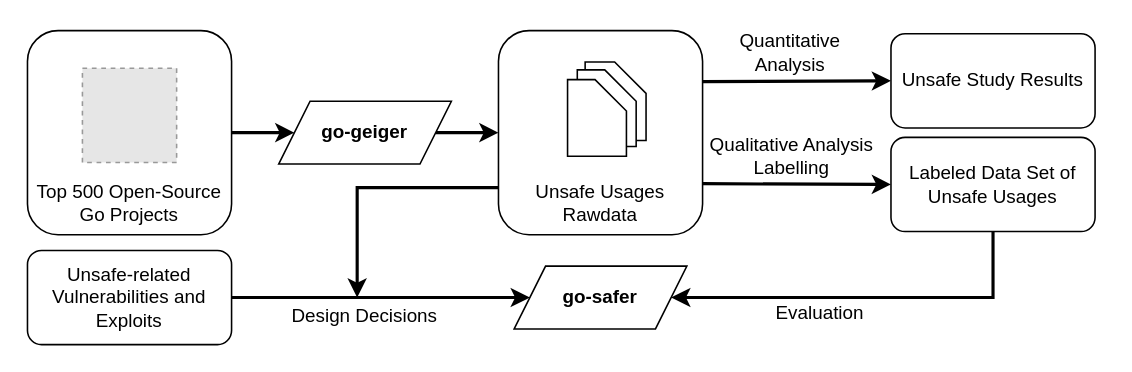
This is thesis/assets/figures/chapter1/outline1.drawio from jlauinger/master-of-science, a draw.io file, before an edit. Source tidied: cells renumbered, new cells numbered last; positions are measured from the earlier drawing's top-left corner, leaving out a move shared by most shapes. Both pictures are drawn from the tidied source at 157%, with x=0, y=0 at pixel (27, 30). Pictures stored in the file or linked from it are replaced by grey dashed boxes.
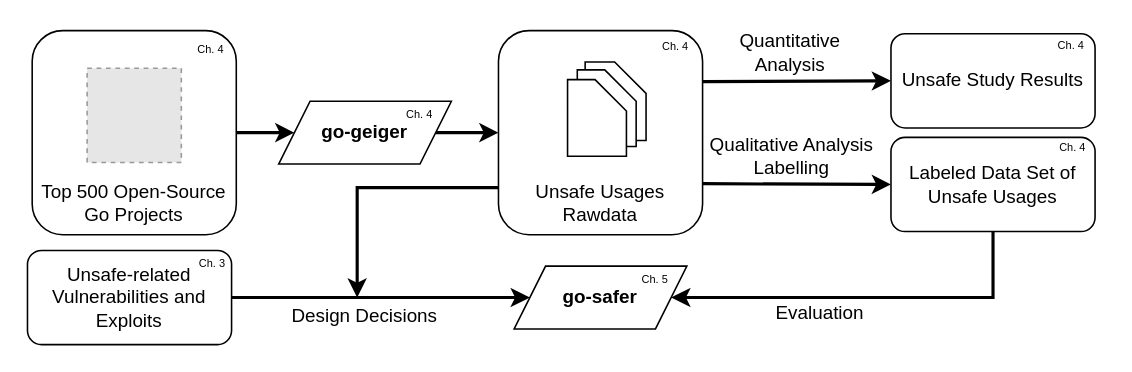
The same page after the edit.

Commit message (it also covers changes not shown here):
include chapter numbers in the outline figure for chapter 1

Unchanged cells that the change refers to:
```xml
<mxCell id="10" style="group;" parent="1" vertex="1">
  <mxGeometry x="300" width="130" height="130" as="geometry" />
</mxCell>
```

The edit, as a diff of the source:
```diff
@@
+    <mxCell id="29" value="&lt;font style=&quot;font-size: 7px&quot;&gt;Ch. 4&lt;/font&gt;" style="text;html=1;strokeColor=none;fillColor=none;align=center;verticalAlign=middle;whiteSpace=wrap;rounded=0;" parent="10" vertex="1">
+      <mxGeometry x="93" y="-1" width="40" height="20" as="geometry" />
+    </mxCell>
@@
     <mxCell id="24" style="group;" parent="1" vertex="1">
-      <mxGeometry width="130" height="130" as="geometry" />
+      <mxGeometry x="3" width="130" height="130" as="geometry" />
     </mxCell>
@@
+    <mxCell id="30" value="&lt;font style=&quot;font-size: 7px&quot;&gt;Ch. 4&lt;/font&gt;" style="text;html=1;strokeColor=none;fillColor=none;align=center;verticalAlign=middle;whiteSpace=wrap;rounded=0;" parent="24" vertex="1">
+      <mxGeometry x="94" y="1" width="40" height="20" as="geometry" />
+    </mxCell>
@@
+    <mxCell id="31" value="&lt;font style=&quot;font-size: 7px&quot;&gt;Ch. 4&lt;/font&gt;" style="text;html=1;strokeColor=none;fillColor=none;align=center;verticalAlign=middle;whiteSpace=wrap;rounded=0;" parent="1" vertex="1">
+      <mxGeometry x="230" y="42" width="40" height="20" as="geometry" />
+    </mxCell>
+    <mxCell id="32" value="&lt;font style=&quot;font-size: 7px&quot;&gt;Ch. 4&lt;/font&gt;" style="text;html=1;strokeColor=none;fillColor=none;align=center;verticalAlign=middle;whiteSpace=wrap;rounded=0;" parent="1" vertex="1">
+      <mxGeometry x="645" y="-2" width="40" height="20" as="geometry" />
+    </mxCell>
+    <mxCell id="33" value="&lt;font style=&quot;font-size: 7px&quot;&gt;Ch. 4&lt;/font&gt;" style="text;html=1;strokeColor=none;fillColor=none;align=center;verticalAlign=middle;whiteSpace=wrap;rounded=0;" parent="1" vertex="1">
+      <mxGeometry x="646" y="63" width="40" height="20" as="geometry" />
+    </mxCell>
+    <mxCell id="34" value="&lt;font style=&quot;font-size: 7px&quot;&gt;Ch. 5&lt;/font&gt;" style="text;html=1;strokeColor=none;fillColor=none;align=center;verticalAlign=middle;whiteSpace=wrap;rounded=0;" parent="1" vertex="1">
+      <mxGeometry x="380" y="147" width="40" height="20" as="geometry" />
+    </mxCell>
+    <mxCell id="35" value="&lt;font&gt;&lt;font style=&quot;font-size: 7px&quot;&gt;Ch. 3&lt;/font&gt;&lt;br&gt;&lt;/font&gt;" style="text;html=1;strokeColor=none;fillColor=none;align=center;verticalAlign=middle;whiteSpace=wrap;rounded=0;" parent="1" vertex="1">
+      <mxGeometry x="98" y="137" width="40" height="20" as="geometry" />
+    </mxCell>
```
